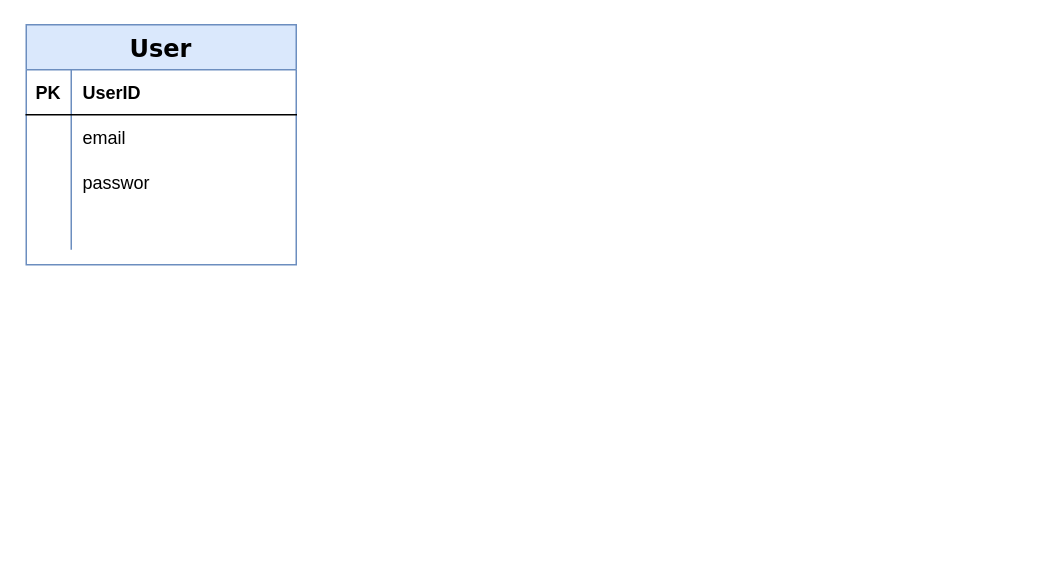
Above: Planning/ERDs/Database.drawio in Arneev/Categora (draw.io), before the change. Source tidied: cells renumbered, new cells numbered last; positions are measured from the earlier drawing's top-left corner, leaving out a move shared by most shapes. Both pictures are drawn from the tidied source at 150%, with x=0, y=0 at pixel (26, 24).
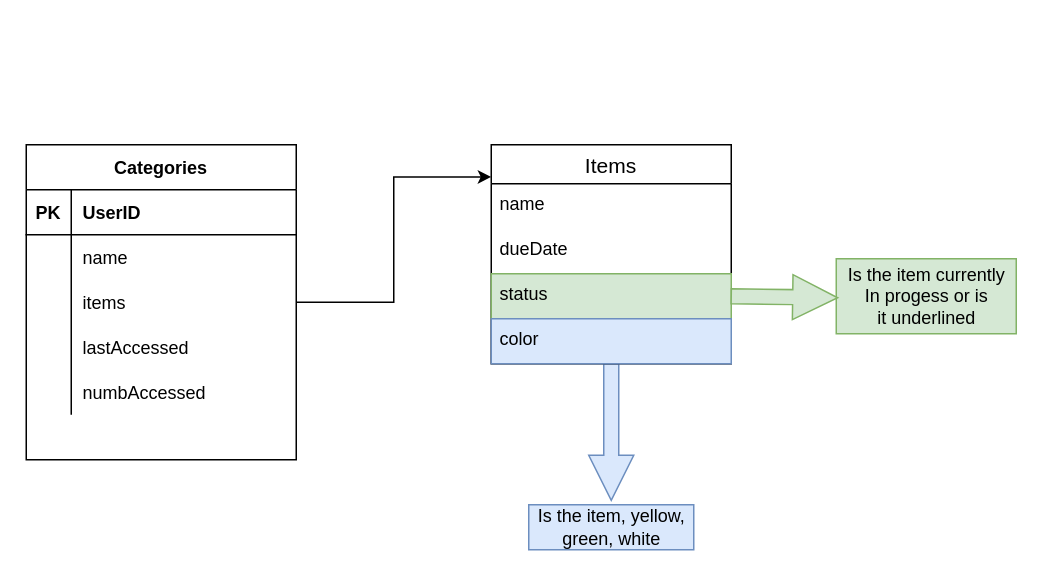
Above is the later version.

The edit, as a diff of the source:
```diff
@@
-    <mxCell id="2" value="User" style="shape=table;startSize=30;childLayout=tableLayout;rowLines=0;fontStyle=1;align=center;fontFamily=Verdana;fillColor=#dae8fc;strokeColor=#6c8ebf;fontSize=16;" parent="1" vertex="1">
-      <mxGeometry width="180" height="160" as="geometry" />
-    </mxCell>
+    <mxCell id="15" style="group;fontStyle=0;" parent="1" vertex="1">
+      <mxGeometry y="80" width="180" height="210" as="geometry" />
+    </mxCell>
+    <mxCell id="16" value="Categories" style="shape=table;startSize=30;childLayout=tableLayout;rowLines=0;fontStyle=1;align=center;" parent="15" vertex="1">
+      <mxGeometry width="180" height="210" as="geometry" />
+    </mxCell>
-    <mxCell id="3" style="shape=partialRectangle;fillColor=none;top=0;left=0;bottom=1;right=0;" parent="2" vertex="1">
+    <mxCell id="3" style="shape=partialRectangle;fillColor=none;top=0;left=0;bottom=1;right=0;" parent="16" vertex="1">
       <mxGeometry y="30" width="180" height="30" as="geometry" />
     </mxCell>
@@
-    <mxCell id="6" style="shape=partialRectangle;fillColor=none;top=0;left=0;bottom=0;right=0;" parent="2" vertex="1">
+    <mxCell id="6" style="shape=partialRectangle;fillColor=none;top=0;left=0;bottom=0;right=0;" parent="16" vertex="1">
       <mxGeometry y="60" width="180" height="30" as="geometry" />
     </mxCell>
-    <mxCell id="7" style="shape=partialRectangle;fillColor=none;top=0;left=0;bottom=0;right=0;overflow=hidden;" parent="6" vertex="1">
-      <mxGeometry width="30" height="30" as="geometry" />
-    </mxCell>
-    <mxCell id="8" value="email" style="shape=partialRectangle;fillColor=none;top=0;left=0;bottom=0;right=0;align=left;spacingLeft=6;overflow=hidden;" parent="6" vertex="1">
-      <mxGeometry x="30" width="150" height="30" as="geometry" />
-    </mxCell>
+    <mxCell id="17" style="shape=partialRectangle;fillColor=none;top=0;left=0;bottom=0;right=0;overflow=hidden;" parent="6" vertex="1">
+      <mxGeometry width="30" height="30" as="geometry" />
+    </mxCell>
+    <mxCell id="18" value="name" style="shape=partialRectangle;fillColor=none;top=0;left=0;bottom=0;right=0;align=left;spacingLeft=6;overflow=hidden;" parent="6" vertex="1">
+      <mxGeometry x="30" width="150" height="30" as="geometry" />
+    </mxCell>
-    <mxCell id="9" style="shape=partialRectangle;fillColor=none;top=0;left=0;bottom=0;right=0;points=[[0,0.5],[1,0.5]];portConstraint=eastwest;" parent="2" vertex="1">
+    <mxCell id="9" style="shape=partialRectangle;fillColor=none;top=0;left=0;bottom=0;right=0;points=[[0,0.5],[1,0.5]];portConstraint=eastwest;" parent="16" vertex="1">
       <mxGeometry y="90" width="180" height="30" as="geometry" />
     </mxCell>
-    <mxCell id="10" style="shape=partialRectangle;fillColor=none;top=0;left=0;bottom=0;right=0;overflow=hidden;" parent="9" vertex="1">
-      <mxGeometry width="30" height="30" as="geometry" />
-    </mxCell>
-    <mxCell id="11" value="passwor" style="shape=partialRectangle;fillColor=none;top=0;left=0;bottom=0;right=0;align=left;spacingLeft=6;overflow=hidden;" parent="9" vertex="1">
-      <mxGeometry x="30" width="150" height="30" as="geometry" />
-    </mxCell>
+    <mxCell id="19" style="shape=partialRectangle;fillColor=none;top=0;left=0;bottom=0;right=0;overflow=hidden;" parent="9" vertex="1">
+      <mxGeometry width="30" height="30" as="geometry" />
+    </mxCell>
+    <mxCell id="20" value="items" style="shape=partialRectangle;fillColor=none;top=0;left=0;bottom=0;right=0;align=left;spacingLeft=6;overflow=hidden;" parent="9" vertex="1">
+      <mxGeometry x="30" width="150" height="30" as="geometry" />
+    </mxCell>
-    <mxCell id="12" style="shape=partialRectangle;fillColor=none;top=0;left=0;bottom=0;right=0;" parent="2" vertex="1">
+    <mxCell id="12" style="shape=partialRectangle;fillColor=none;top=0;left=0;bottom=0;right=0;" parent="16" vertex="1">
       <mxGeometry y="120" width="180" height="30" as="geometry" />
     </mxCell>
-    <mxCell id="13" style="shape=partialRectangle;fillColor=none;top=0;left=0;bottom=0;right=0;overflow=hidden;" parent="12" vertex="1">
-      <mxGeometry width="30" height="30" as="geometry" />
-    </mxCell>
-    <mxCell id="14" style="shape=partialRectangle;fillColor=none;top=0;left=0;bottom=0;right=0;align=left;spacingLeft=6;overflow=hidden;" parent="12" vertex="1">
-      <mxGeometry x="30" width="150" height="30" as="geometry" />
-    </mxCell>
+    <mxCell id="21" style="shape=partialRectangle;fillColor=none;top=0;left=0;bottom=0;right=0;overflow=hidden;" parent="12" vertex="1">
+      <mxGeometry width="30" height="30" as="geometry" />
+    </mxCell>
+    <mxCell id="22" value="lastAccessed" style="shape=partialRectangle;fillColor=none;top=0;left=0;bottom=0;right=0;align=left;spacingLeft=6;overflow=hidden;" parent="12" vertex="1">
+      <mxGeometry x="30" width="150" height="30" as="geometry" />
+    </mxCell>
+    <mxCell id="23" style="shape=partialRectangle;fillColor=none;top=0;left=0;bottom=0;right=0;" parent="16" vertex="1">
+      <mxGeometry y="150" width="180" height="30" as="geometry" />
+    </mxCell>
+    <mxCell id="24" style="shape=partialRectangle;fillColor=none;top=0;left=0;bottom=0;right=0;overflow=hidden;" parent="23" vertex="1">
+      <mxGeometry width="30" height="30" as="geometry" />
+    </mxCell>
+    <mxCell id="25" value="numbAccessed" style="shape=partialRectangle;fillColor=none;top=0;left=0;bottom=0;right=0;align=left;spacingLeft=6;overflow=hidden;" parent="23" vertex="1">
+      <mxGeometry x="30" width="150" height="30" as="geometry" />
+    </mxCell>
+    <mxCell id="26" style="shape=partialRectangle;fillColor=none;top=0;left=0;bottom=0;right=0;" parent="15" vertex="1">
+      <mxGeometry y="150" width="180" height="30" as="geometry" />
+    </mxCell>
+    <mxCell id="27" style="shape=partialRectangle;fillColor=none;top=0;left=0;bottom=0;right=0;overflow=hidden;" parent="26" vertex="1">
+      <mxGeometry width="30" height="30" as="geometry" />
+    </mxCell>
+    <mxCell id="28" style="edgeStyle=orthogonalEdgeStyle;shape=arrow;rounded=0;jettySize=auto;html=1;exitX=0.5;exitY=1;exitDx=0;exitDy=0;entryX=0.5;entryY=-0.1;entryDx=0;entryDy=0;entryPerimeter=0;fillColor=#dae8fc;strokeColor=#6c8ebf;" parent="1" edge="1" source="29" target="37">
+      <mxGeometry relative="1" as="geometry" />
+    </mxCell>
+    <mxCell id="29" value="Items" style="swimlane;fontStyle=0;horizontal=1;startSize=26;align=center;fontSize=14;" parent="1" vertex="1">
+      <mxGeometry x="310" y="80" width="160" height="146" as="geometry" />
+    </mxCell>
+    <mxCell id="30" value="name" style="text;strokeColor=none;fillColor=none;spacingLeft=4;spacingRight=4;overflow=hidden;fontSize=12;" parent="29" vertex="1">
+      <mxGeometry y="26" width="160" height="30" as="geometry" />
+    </mxCell>
+    <mxCell id="31" value="dueDate" style="text;strokeColor=none;fillColor=none;spacingLeft=4;spacingRight=4;overflow=hidden;fontSize=12;" parent="29" vertex="1">
+      <mxGeometry y="56" width="160" height="30" as="geometry" />
+    </mxCell>
+    <mxCell id="32" value="status" style="text;strokeColor=#82b366;fillColor=#d5e8d4;spacingLeft=4;spacingRight=4;overflow=hidden;points=[[0,0.5],[1,0.5]];portConstraint=eastwest;fontSize=12;" parent="29" vertex="1">
+      <mxGeometry y="86" width="160" height="30" as="geometry" />
+    </mxCell>
+    <mxCell id="33" value="color" style="text;strokeColor=#6c8ebf;fillColor=#dae8fc;spacingLeft=4;spacingRight=4;overflow=hidden;fontSize=12;" parent="29" vertex="1">
+      <mxGeometry y="116" width="160" height="30" as="geometry" />
+    </mxCell>
+    <mxCell id="34" value="Is the item currently&lt;br&gt;In progess or is&lt;br&gt;it underlined" style="text;html=1;align=center;verticalAlign=middle;points=[];strokeColor=#82b366;fillColor=#d5e8d4;" parent="1" vertex="1">
+      <mxGeometry x="540" y="156" width="120" height="50" as="geometry" />
+    </mxCell>
+    <mxCell id="35" style="edgeStyle=orthogonalEdgeStyle;rounded=0;jettySize=auto;html=1;entryX=0.008;entryY=0.52;entryDx=0;entryDy=0;entryPerimeter=0;shape=arrow;exitX=1;exitY=0.5;exitDx=0;exitDy=0;fillColor=#d5e8d4;strokeColor=#82b366;" parent="1" edge="1" source="32" target="34">
+      <mxGeometry relative="1" as="geometry" />
+    </mxCell>
+    <mxCell id="36" style="edgeStyle=orthogonalEdgeStyle;rounded=0;jettySize=auto;html=1;entryX=0;entryY=0.147;entryDx=0;entryDy=0;entryPerimeter=0;" parent="1" edge="1" source="9" target="29">
+      <mxGeometry relative="1" as="geometry" />
+    </mxCell>
+    <mxCell id="37" value="Is the item, yellow, &lt;br&gt;green, white" style="text;html=1;align=center;verticalAlign=middle;points=[];strokeColor=#6c8ebf;fillColor=#dae8fc;" parent="1" vertex="1">
+      <mxGeometry x="335" y="320" width="110" height="30" as="geometry" />
+    </mxCell>
```
